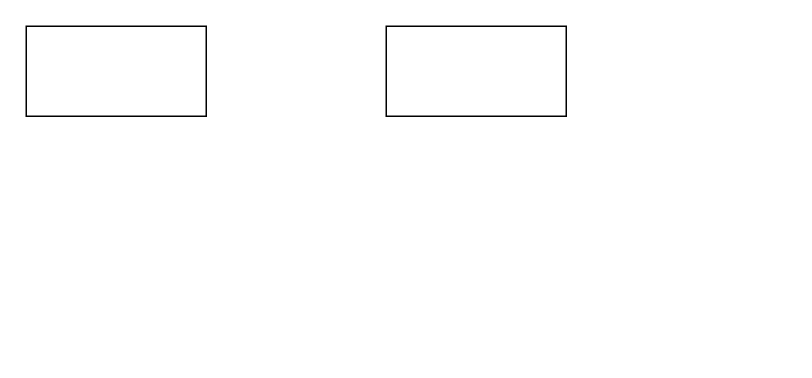
This is TestFolder/TestDarkLight.drawio from Peeeet/DrawIO-Test, a draw.io file, before an edit. Source tidied: cells renumbered, new cells numbered last; positions are measured from the earlier drawing's top-left corner, leaving out a move shared by most shapes. Both pictures are drawn from the tidied source at 150%, with x=0, y=0 at pixel (26, 26).
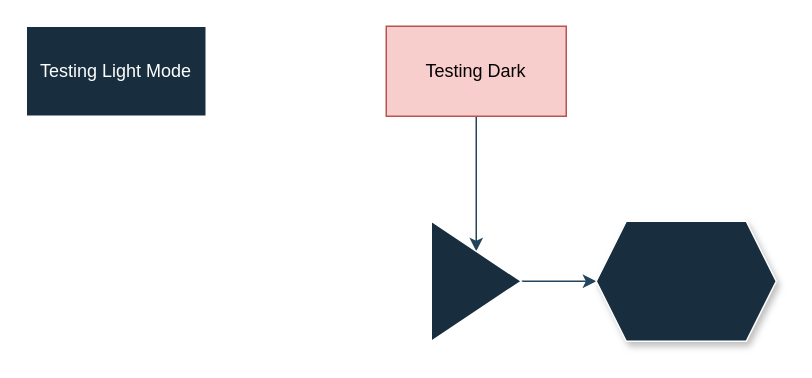
Above is the later version.

The edit, as a diff of the source:
```diff
@@
 <mxGraphModel>
   <root>
     <mxCell id="0" />
     <mxCell id="1" parent="0" />
-    <mxCell id="2" style="whiteSpace=wrap;html=1;" parent="1" vertex="1">
+    <mxCell id="2" value="Testing Light Mode" style="whiteSpace=wrap;html=1;fillColor=#182E3E;strokeColor=#FFFFFF;labelBackgroundColor=none;fontColor=#FFFFFF;" parent="1" vertex="1">
       <mxGeometry width="120" height="60" as="geometry" />
     </mxCell>
+    <mxCell id="4" style="edgeStyle=orthogonalEdgeStyle;rounded=0;jettySize=auto;html=1;strokeColor=#23445D;fontColor=default;labelBackgroundColor=none;" parent="1" edge="1" source="3" target="6">
+      <mxGeometry relative="1" as="geometry" />
+    </mxCell>
-    <mxCell id="3" style="whiteSpace=wrap;html=1;" parent="1" vertex="1">
+    <mxCell id="3" value="Testing Dark" style="whiteSpace=wrap;html=1;labelBackgroundColor=none;fillColor=#f8cecc;strokeColor=#b85450;" parent="1" vertex="1">
       <mxGeometry x="240" width="120" height="60" as="geometry" />
     </mxCell>
+    <mxCell id="5" style="edgeStyle=orthogonalEdgeStyle;rounded=0;jettySize=auto;html=1;strokeColor=#23445D;fontColor=default;labelBackgroundColor=none;" parent="1" edge="1" source="6" target="7">
+      <mxGeometry relative="1" as="geometry" />
+    </mxCell>
+    <mxCell id="6" style="triangle;whiteSpace=wrap;html=1;fillColor=#182E3E;strokeColor=#FFFFFF;fontColor=#FFFFFF;labelBackgroundColor=none;" parent="1" vertex="1">
+      <mxGeometry x="270" y="130" width="60" height="80" as="geometry" />
+    </mxCell>
+    <mxCell id="7" style="shape=hexagon;perimeter=hexagonPerimeter2;whiteSpace=wrap;html=1;fixedSize=1;fillColor=#182E3E;strokeColor=#FFFFFF;fontColor=#FFFFFF;labelBackgroundColor=none;shadow=1;" parent="1" vertex="1">
+      <mxGeometry x="380" y="130" width="120" height="80" as="geometry" />
+    </mxCell>
   </root>
 </mxGraphModel>
```
